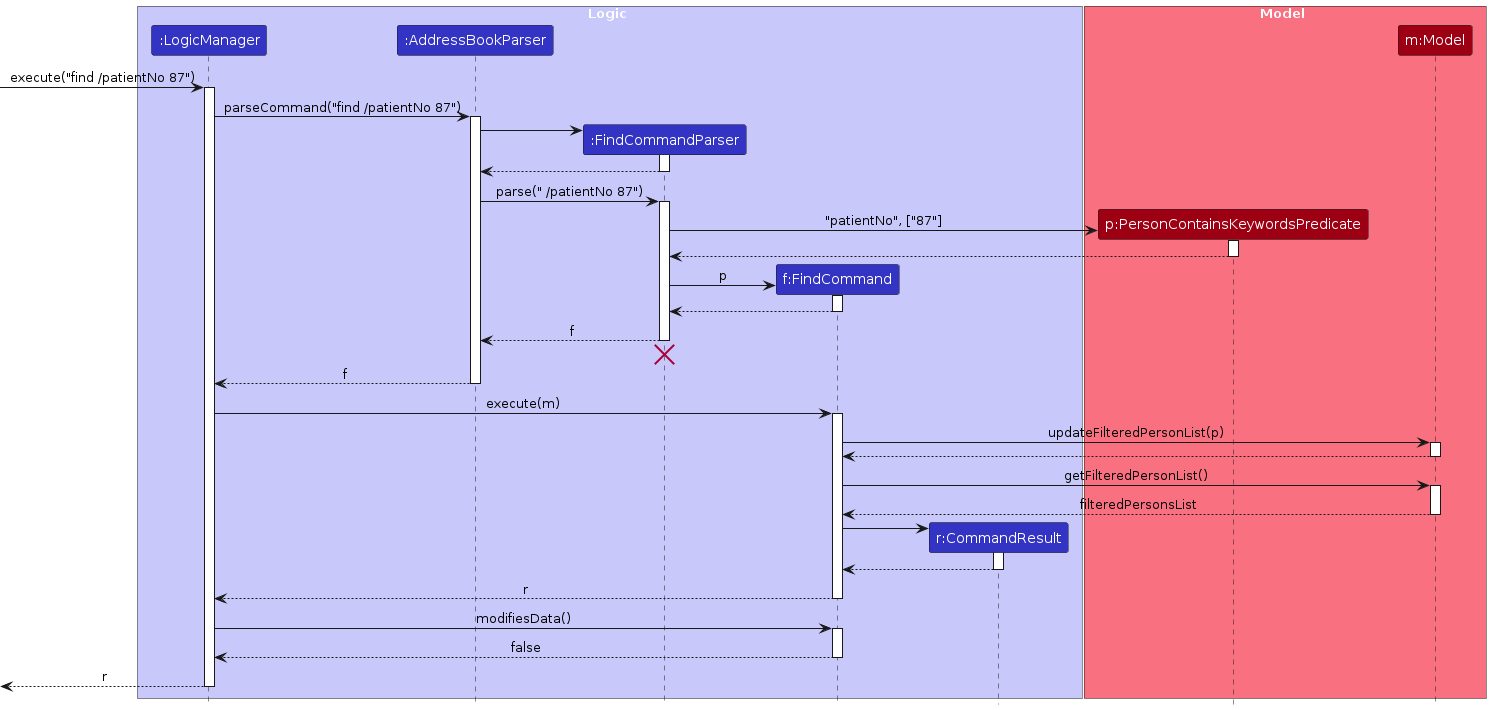
AY2627S1-CS2103T-T08-1/tp keeps this PlantUML diagram as diagrams/FindSequenceDiagram.png. Above is the earlier version. Its source is kept beside it as diagrams/FindSequenceDiagram.puml.
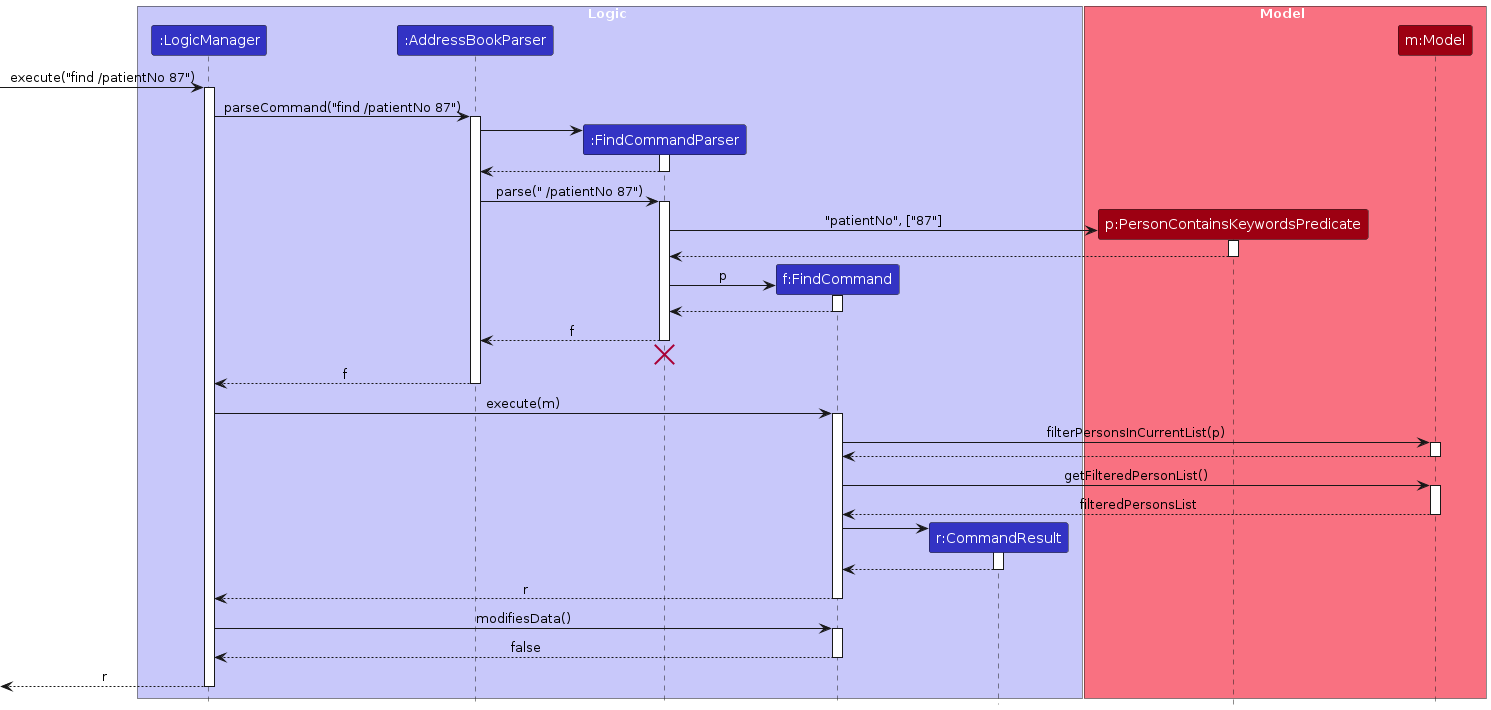
Above is the later version.

What changed in the source:
```diff
@@ -56,7 +56,7 @@
 LogicManager -> FindCommand : execute(m)
 activate FindCommand
 
-FindCommand -> Model : updateFilteredPersonList(p)
+FindCommand -> Model : filterPersonsInCurrentList(p)
 activate Model
 
 Model --> FindCommand
```
